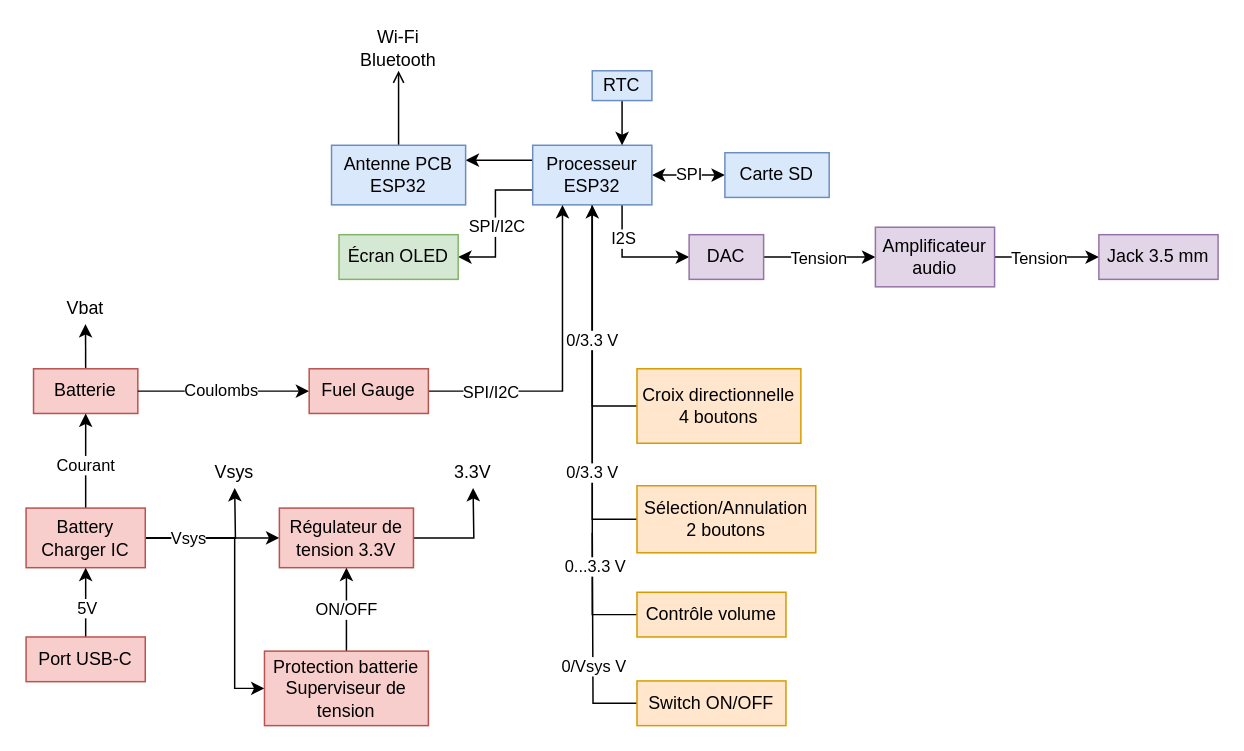
Before: assets/figures/Analyse_Fonctionnelle-Niv2.drawio in dossantosyann/iPod2.0_Latex_Report, a draw.io diagram. Source tidied: cells renumbered, new cells numbered last; positions are measured from the earlier drawing's top-left corner, leaving out a move shared by most shapes. Both pictures are drawn from the tidied source at 149%, with x=0, y=0 at pixel (25, 25).
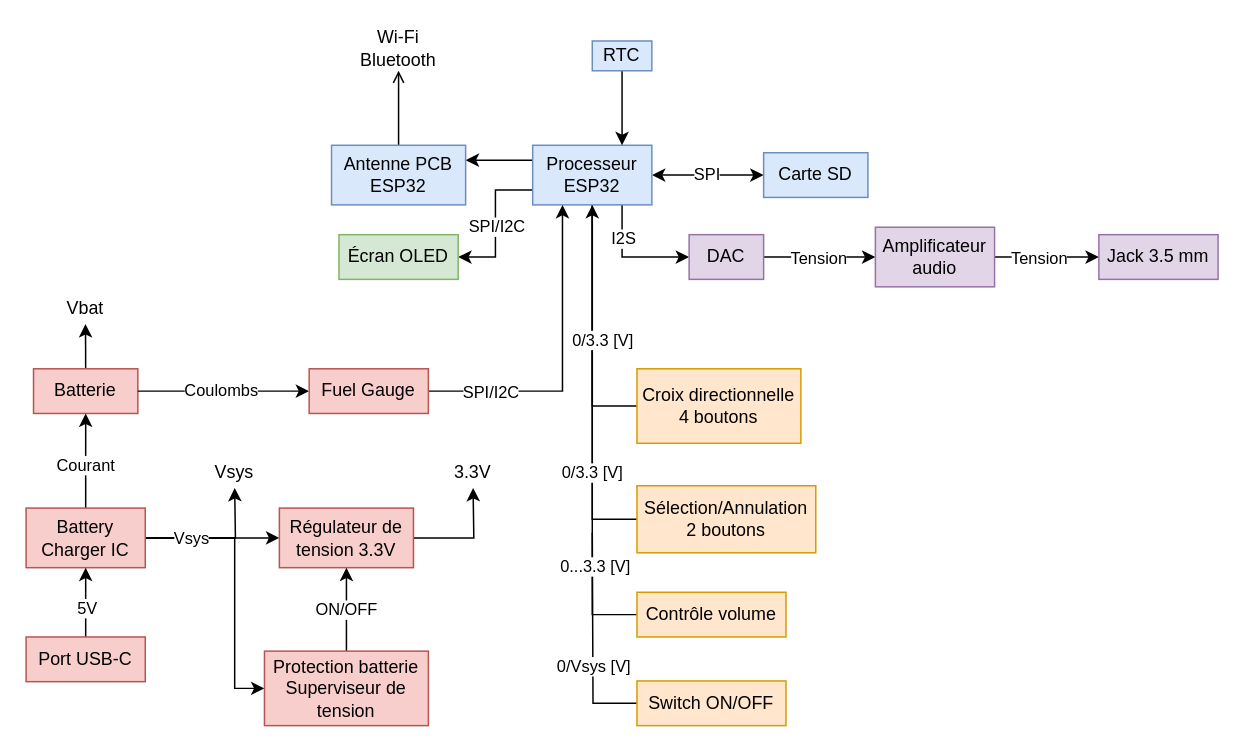
The same diagram, later.

Commit message:
Mettre à jour Analyse_Fonctionnelle-Niv2.drawio

Unchanged cells that the change refers to:
```xml
<mxCell id="8" style="edgeStyle=orthogonalEdgeStyle;rounded=0;jettySize=auto;html=1;exitX=0.5;exitY=1;exitDx=0;exitDy=0;entryX=0;entryY=0.5;entryDx=0;entryDy=0;endArrow=none;endFill=0;startArrow=classic;startFill=1;" parent="1" edge="1" source="14" target="46">
  <mxGeometry relative="1" as="geometry" />
</mxCell>
<mxCell id="37" style="edgeStyle=orthogonalEdgeStyle;rounded=0;jettySize=auto;html=1;exitX=1;exitY=0.5;exitDx=0;exitDy=0;" parent="1" edge="1" source="39">
  <mxGeometry relative="1" as="geometry">
    <mxPoint x="140" y="310" as="targetPoint" />
  </mxGeometry>
</mxCell>
<mxCell id="54" style="edgeStyle=orthogonalEdgeStyle;rounded=0;jettySize=auto;html=1;exitX=0;exitY=0.5;exitDx=0;exitDy=0;endArrow=none;endFill=0;" parent="1" edge="1" source="57">
  <mxGeometry relative="1" as="geometry">
    <mxPoint x="380" y="340" as="targetPoint" />
  </mxGeometry>
</mxCell>
```

Diff of the diagram source:
```diff
@@
-    <mxCell id="9" value="0/3.3 V" style="edgeLabel;html=1;align=center;verticalAlign=middle;" parent="8" vertex="1">
+    <mxCell id="9" value="0/3.3&amp;nbsp;[V]" style="edgeLabel;html=1;align=center;verticalAlign=middle;" parent="8" vertex="1">
       <mxGeometry x="0.09" y="-1" relative="1" as="geometry">
         <mxPoint y="13" as="offset" />
       </mxGeometry>
     </mxCell>
-    <mxCell id="10" value="0/3.3 V" style="edgeLabel;html=1;align=center;verticalAlign=middle;" parent="8" vertex="1">
-      <mxGeometry x="-0.41" y="-1" relative="1" as="geometry" />
+    <mxCell id="10" value="0/3.3 [V]" style="edgeLabel;html=1;align=center;verticalAlign=middle;" parent="8" vertex="1">
+      <mxGeometry x="-0.41" y="-1" relative="1" as="geometry">
+        <mxPoint x="7" as="offset" />
+      </mxGeometry>
     </mxCell>
@@
     <mxCell id="17" value="Carte SD" style="rounded=0;whiteSpace=wrap;html=1;fillColor=#dae8fc;strokeColor=#6c8ebf;" parent="1" vertex="1">
-      <mxGeometry x="469" y="85" width="70" height="30" as="geometry" />
+      <mxGeometry x="495" y="85" width="70" height="30" as="geometry" />
     </mxCell>
@@
     <mxCell id="19" value="RTC" style="rounded=0;whiteSpace=wrap;html=1;fillColor=#dae8fc;strokeColor=#6c8ebf;" parent="1" vertex="1">
-      <mxGeometry x="380" y="30" width="40" height="20" as="geometry" />
+      <mxGeometry x="380" y="10" width="40" height="20" as="geometry" />
     </mxCell>
@@
     <mxCell id="38" value="&lt;div&gt;Vsys&lt;/div&gt;" style="edgeLabel;html=1;align=center;verticalAlign=middle;" parent="37" vertex="1">
-      <mxGeometry x="-0.4" relative="1" as="geometry" />
+      <mxGeometry x="-0.4" relative="1" as="geometry">
+        <mxPoint x="2" as="offset" />
+      </mxGeometry>
     </mxCell>
@@
-    <mxCell id="55" value="&lt;div&gt;0...3.3 V&lt;/div&gt;" style="edgeLabel;html=1;align=center;verticalAlign=middle;" parent="54" vertex="1">
+    <mxCell id="55" value="&lt;div&gt;0...3.3&amp;nbsp;[V]&lt;/div&gt;" style="edgeLabel;html=1;align=center;verticalAlign=middle;" parent="54" vertex="1">
       <mxGeometry x="0.68" y="-1" relative="1" as="geometry" />
     </mxCell>
-    <mxCell id="56" value="0/Vsys V" style="edgeLabel;html=1;align=center;verticalAlign=middle;" parent="54" vertex="1">
+    <mxCell id="56" value="0/Vsys&amp;nbsp;[V]" style="edgeLabel;html=1;align=center;verticalAlign=middle;" parent="54" vertex="1">
       <mxGeometry x="-0.24" relative="1" as="geometry" />
     </mxCell>
```
